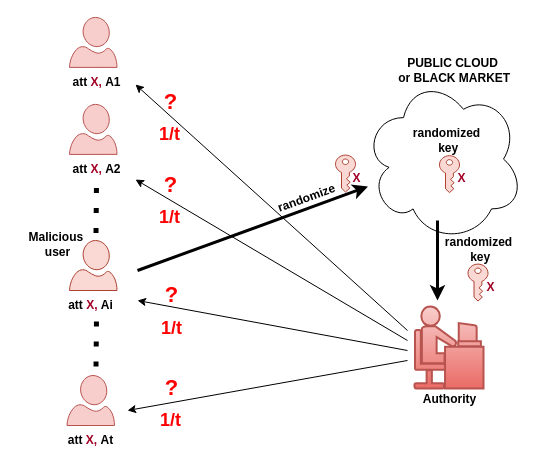
Above: AKL.drawio in huyle84/diagrams (draw.io), before the change. Source tidied: cells renumbered, new cells numbered last; positions are measured from the earlier drawing's top-left corner, leaving out a move shared by most shapes. Both pictures are drawn from the tidied source at 100%, with x=0, y=0 at pixel (17, 17).
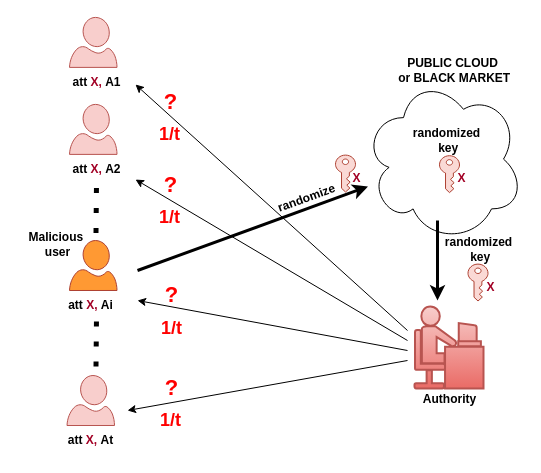
The same diagram, later.

What changed in the source:
```diff
@@
-    <mxCell id="4" style="verticalLabelPosition=bottom;html=1;verticalAlign=top;align=center;strokeColor=#ae4132;fillColor=#fad9d5;shape=mxgraph.azure.user;" parent="1" vertex="1">
+    <mxCell id="4" style="verticalLabelPosition=bottom;html=1;verticalAlign=top;align=center;strokeColor=#ae4132;fillColor=#FF9933;shape=mxgraph.azure.user;" parent="1" vertex="1">
       <mxGeometry x="52" y="223" width="47.5" height="50" as="geometry" />
     </mxCell>
```
